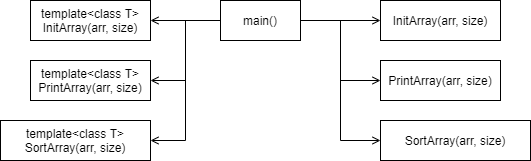
Earlier version of the draw.io export Lab6.3.1/sturecture.png (fhctyw/Lab6.3). Source tidied: cells renumbered, new cells last; positions are measured from the earlier drawing's top-left corner, leaving out a move shared by most shapes.
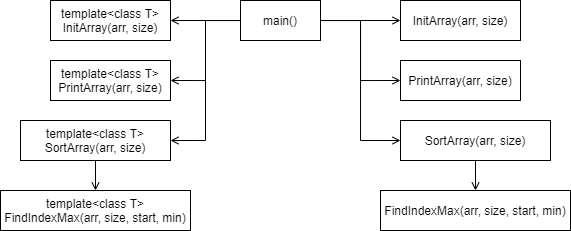
After the commit.

Diff of the diagram source:
```diff
@@ -29,6 +29,9 @@
     <mxCell id="10" value="PrintArray(arr, size)" style="rounded=0;whiteSpace=wrap;html=1;" parent="1" vertex="1">
       <mxGeometry x="380" y="60" width="120" height="40" as="geometry" />
     </mxCell>
+    <mxCell id="15" style="edgeStyle=orthogonalEdgeStyle;rounded=0;jettySize=auto;html=1;entryX=0.5;entryY=0;entryDx=0;entryDy=0;endArrow=open;endFill=0;" parent="1" edge="1" source="11" target="17">
+      <mxGeometry relative="1" as="geometry" />
+    </mxCell>
     <mxCell id="11" value="SortArray(arr, size)" style="rounded=0;whiteSpace=wrap;html=1;" parent="1" vertex="1">
       <mxGeometry x="380" y="120" width="150" height="40" as="geometry" />
     </mxCell>
@@ -38,8 +41,17 @@
     <mxCell id="13" value="template&amp;lt;class T&amp;gt;&lt;br&gt;PrintArray(arr, size)" style="rounded=0;whiteSpace=wrap;html=1;" parent="1" vertex="1">
       <mxGeometry x="30" y="60" width="120" height="40" as="geometry" />
     </mxCell>
+    <mxCell id="16" style="edgeStyle=orthogonalEdgeStyle;rounded=0;jettySize=auto;html=1;entryX=0.5;entryY=0;entryDx=0;entryDy=0;endArrow=open;endFill=0;" parent="1" edge="1" source="14" target="18">
+      <mxGeometry relative="1" as="geometry" />
+    </mxCell>
     <mxCell id="14" value="template&amp;lt;class T&amp;gt;&lt;br&gt;SortArray(arr, size)" style="rounded=0;whiteSpace=wrap;html=1;" parent="1" vertex="1">
       <mxGeometry y="120" width="150" height="40" as="geometry" />
     </mxCell>
+    <mxCell id="17" value="FindIndexMax(arr, size, start, min)" style="rounded=0;whiteSpace=wrap;html=1;" parent="1" vertex="1">
+      <mxGeometry x="360" y="190" width="190" height="40" as="geometry" />
+    </mxCell>
+    <mxCell id="18" value="template&amp;lt;class T&amp;gt;&lt;br&gt;FindIndexMax(arr, size, start, min)" style="rounded=0;whiteSpace=wrap;html=1;" parent="1" vertex="1">
+      <mxGeometry x="-20" y="190" width="190" height="40" as="geometry" />
+    </mxCell>
   </root>
 </mxGraphModel>
```
